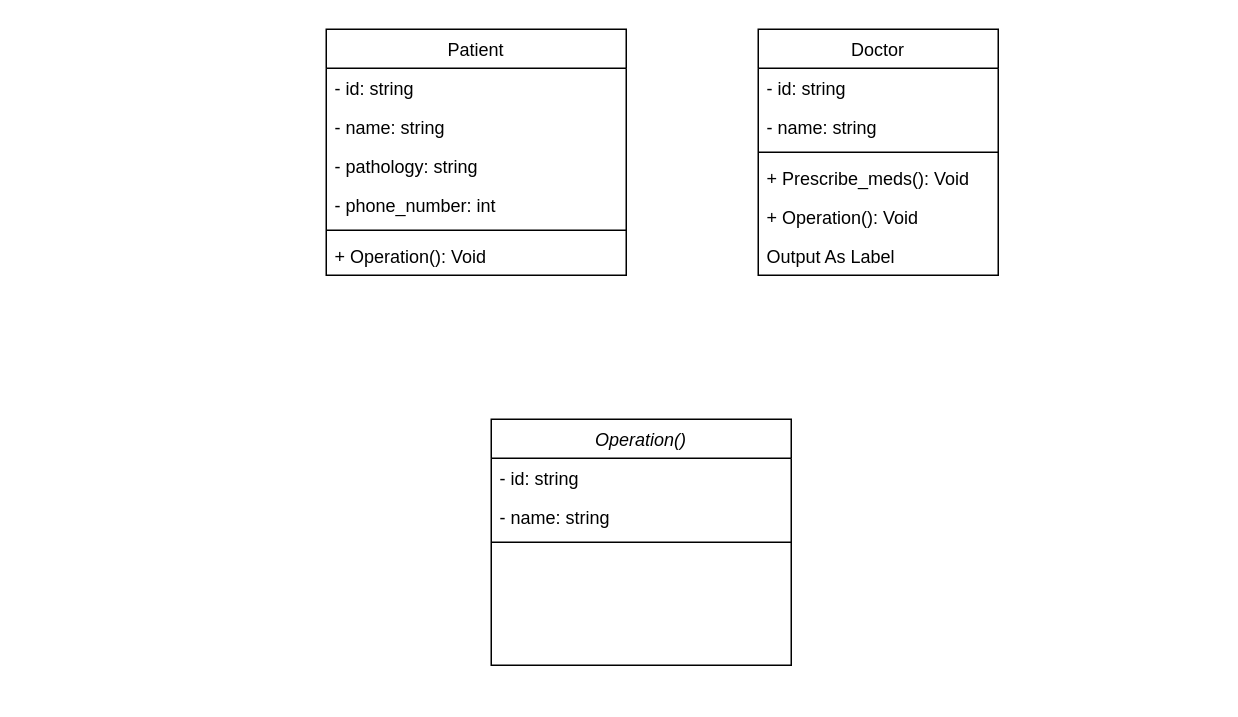
Earlier version of the draw.io diagram Diagrama de clases/DClases-sistema_hospitalario.drawio (GRMiguelAngel/ETS). Source tidied: cells renumbered, new cells numbered last; positions are measured from the earlier drawing's top-left corner, leaving out a move shared by most shapes. Both pictures are drawn from the tidied source at 150%, with x=0, y=0 at pixel (326, 28).
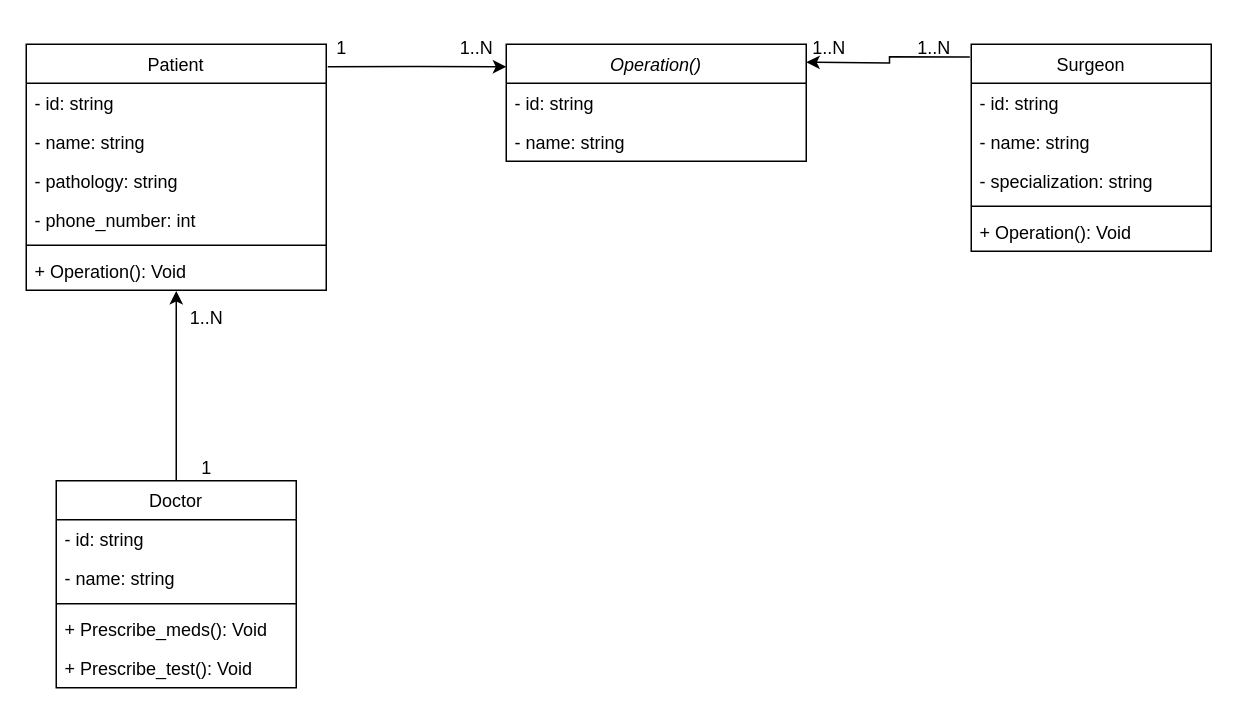
The same page after the edit.

The change refers to these unchanged cells:
```xml
<mxCell id="8" value="+ Operation(): Void" style="text;align=left;verticalAlign=top;spacingLeft=4;spacingRight=4;overflow=hidden;points=[[0,0.5],[1,0.5]];portConstraint=eastwest;" parent="2" vertex="1">
  <mxGeometry y="138" width="200" height="26" as="geometry" />
</mxCell>
```

Change to the diagram source:
```diff
@@
     <mxCell id="2" value="Patient" style="swimlane;fontStyle=0;align=center;verticalAlign=top;horizontal=1;startSize=26;rounded=0;shadow=0;strokeWidth=1;" parent="1" vertex="1">
-      <mxGeometry width="200" height="164" as="geometry" />
+      <mxGeometry x="-200" y="10" width="200" height="164" as="geometry" />
     </mxCell>
@@
-    <mxCell id="9" value="Doctor" style="swimlane;fontStyle=0;align=center;verticalAlign=top;horizontal=1;startSize=26;rounded=0;shadow=0;strokeWidth=1;" parent="1" vertex="1">
-      <mxGeometry x="288" width="160" height="164" as="geometry" />
+    <mxCell id="9" value="Surgeon" style="swimlane;fontStyle=0;align=center;verticalAlign=top;horizontal=1;startSize=26;rounded=0;shadow=0;strokeWidth=1;" parent="1" vertex="1">
+      <mxGeometry x="430" y="10" width="160" height="138" as="geometry" />
     </mxCell>
@@
+    <mxCell id="20" value="- specialization: string" style="text;align=left;verticalAlign=top;spacingLeft=4;spacingRight=4;overflow=hidden;rounded=0;shadow=0;html=0;" parent="9" vertex="1">
+      <mxGeometry y="78" width="160" height="26" as="geometry" />
+    </mxCell>
     <mxCell id="12" style="line;html=1;strokeWidth=1;align=left;verticalAlign=middle;spacingTop=-1;spacingLeft=3;spacingRight=3;labelPosition=right;" parent="9" vertex="1">
-      <mxGeometry y="78" width="160" height="8" as="geometry" />
+      <mxGeometry y="104" width="160" height="8" as="geometry" />
     </mxCell>
-    <mxCell id="13" value="+ Prescribe_meds(): Void" style="text;align=left;verticalAlign=top;spacingLeft=4;spacingRight=4;overflow=hidden;" parent="9" vertex="1">
-      <mxGeometry y="86" width="160" height="26" as="geometry" />
-    </mxCell>
@@
-    <mxCell id="15" value="Output As Label" style="text;align=left;verticalAlign=top;spacingLeft=4;spacingRight=4;overflow=hidden;" parent="9" vertex="1">
-      <mxGeometry y="138" width="160" height="26" as="geometry" />
-    </mxCell>
     <mxCell id="16" value="Operation()" style="swimlane;fontStyle=2;align=center;verticalAlign=top;horizontal=1;startSize=26;rounded=0;shadow=0;strokeWidth=1;" parent="1" vertex="1">
-      <mxGeometry x="110" y="260" width="200" height="164" as="geometry" />
+      <mxGeometry x="120" y="10" width="200" height="78" as="geometry" />
     </mxCell>
@@
-    <mxCell id="19" style="line;html=1;strokeWidth=1;align=left;verticalAlign=middle;spacingTop=-1;spacingLeft=3;spacingRight=3;labelPosition=right;" parent="16" vertex="1">
-      <mxGeometry y="78" width="200" height="8" as="geometry" />
-    </mxCell>
+    <mxCell id="21" style="edgeStyle=orthogonalEdgeStyle;rounded=0;jettySize=auto;html=1;exitX=1.005;exitY=0.091;exitDx=0;exitDy=0;exitPerimeter=0;" parent="1" edge="1" source="2">
+      <mxGeometry relative="1" as="geometry">
+        <mxPoint x="120" y="25" as="targetPoint" />
+      </mxGeometry>
+    </mxCell>
+    <mxCell id="22" style="edgeStyle=orthogonalEdgeStyle;rounded=0;jettySize=auto;html=1;exitX=-0.006;exitY=0.061;exitDx=0;exitDy=0;exitPerimeter=0;" parent="1" edge="1" source="9">
+      <mxGeometry relative="1" as="geometry">
+        <mxPoint x="320" y="22" as="targetPoint" />
+      </mxGeometry>
+    </mxCell>
+    <mxCell id="23" value="Doctor" style="swimlane;fontStyle=0;align=center;verticalAlign=top;horizontal=1;startSize=26;rounded=0;shadow=0;strokeWidth=1;" parent="1" vertex="1">
+      <mxGeometry x="-180" y="301" width="160" height="138" as="geometry" />
+    </mxCell>
+    <mxCell id="24" value="- id: string" style="text;align=left;verticalAlign=top;spacingLeft=4;spacingRight=4;overflow=hidden;" parent="23" vertex="1">
+      <mxGeometry y="26" width="160" height="26" as="geometry" />
+    </mxCell>
+    <mxCell id="25" value="- name: string" style="text;align=left;verticalAlign=top;spacingLeft=4;spacingRight=4;overflow=hidden;rounded=0;shadow=0;html=0;" parent="23" vertex="1">
+      <mxGeometry y="52" width="160" height="26" as="geometry" />
+    </mxCell>
+    <mxCell id="26" style="line;html=1;strokeWidth=1;align=left;verticalAlign=middle;spacingTop=-1;spacingLeft=3;spacingRight=3;labelPosition=right;" parent="23" vertex="1">
+      <mxGeometry y="78" width="160" height="8" as="geometry" />
+    </mxCell>
+    <mxCell id="13" value="+ Prescribe_meds(): Void" style="text;align=left;verticalAlign=top;spacingLeft=4;spacingRight=4;overflow=hidden;" parent="23" vertex="1">
+      <mxGeometry y="86" width="160" height="26" as="geometry" />
+    </mxCell>
+    <mxCell id="27" value="+ Prescribe_test(): Void" style="text;align=left;verticalAlign=top;spacingLeft=4;spacingRight=4;overflow=hidden;" parent="23" vertex="1">
+      <mxGeometry y="112" width="160" height="26" as="geometry" />
+    </mxCell>
+    <mxCell id="28" value="1" style="text;html=1;align=center;verticalAlign=middle;strokeColor=none;fillColor=none;" parent="1" vertex="1">
+      <mxGeometry x="-5" y="-2" width="30" height="30" as="geometry" />
+    </mxCell>
+    <mxCell id="29" value="1..N" style="text;html=1;align=center;verticalAlign=middle;strokeColor=none;fillColor=none;" parent="1" vertex="1">
+      <mxGeometry x="75" y="-2" width="50" height="30" as="geometry" />
+    </mxCell>
+    <mxCell id="30" value="1..N" style="text;html=1;align=center;verticalAlign=middle;strokeColor=none;fillColor=none;" parent="1" vertex="1">
+      <mxGeometry x="380" y="-2" width="50" height="30" as="geometry" />
+    </mxCell>
+    <mxCell id="31" value="1..N" style="text;html=1;align=center;verticalAlign=middle;strokeColor=none;fillColor=none;" parent="1" vertex="1">
+      <mxGeometry x="310" y="-2" width="50" height="30" as="geometry" />
+    </mxCell>
+    <mxCell id="32" style="edgeStyle=orthogonalEdgeStyle;rounded=0;jettySize=auto;html=1;entryX=0.5;entryY=1.019;entryDx=0;entryDy=0;entryPerimeter=0;" parent="1" edge="1" source="23" target="8">
+      <mxGeometry relative="1" as="geometry" />
+    </mxCell>
+    <mxCell id="33" value="1..N" style="text;html=1;align=center;verticalAlign=middle;strokeColor=none;fillColor=none;" parent="1" vertex="1">
+      <mxGeometry x="-105" y="178" width="50" height="30" as="geometry" />
+    </mxCell>
+    <mxCell id="34" value="1" style="text;html=1;align=center;verticalAlign=middle;strokeColor=none;fillColor=none;" parent="1" vertex="1">
+      <mxGeometry x="-95" y="278" width="30" height="30" as="geometry" />
+    </mxCell>
```
